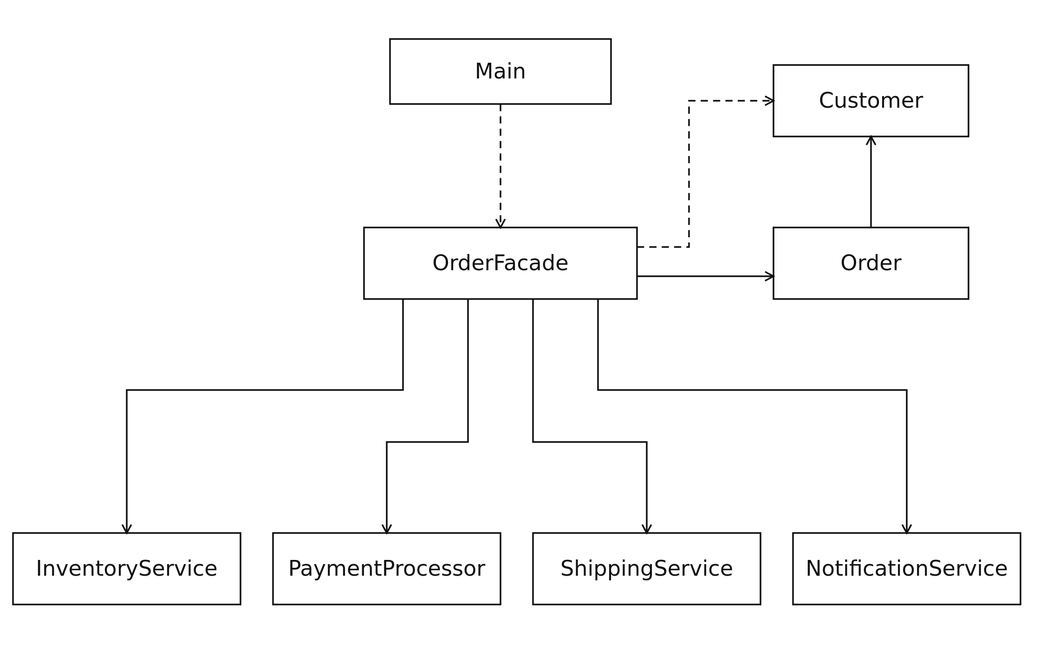
Above: docs/uml-class-diagram.svg in adilzhandev/AITU-SDP-A4-Facade (PlantUML), before the change. Its source is kept beside it as docs/uml-class-diagram.puml.
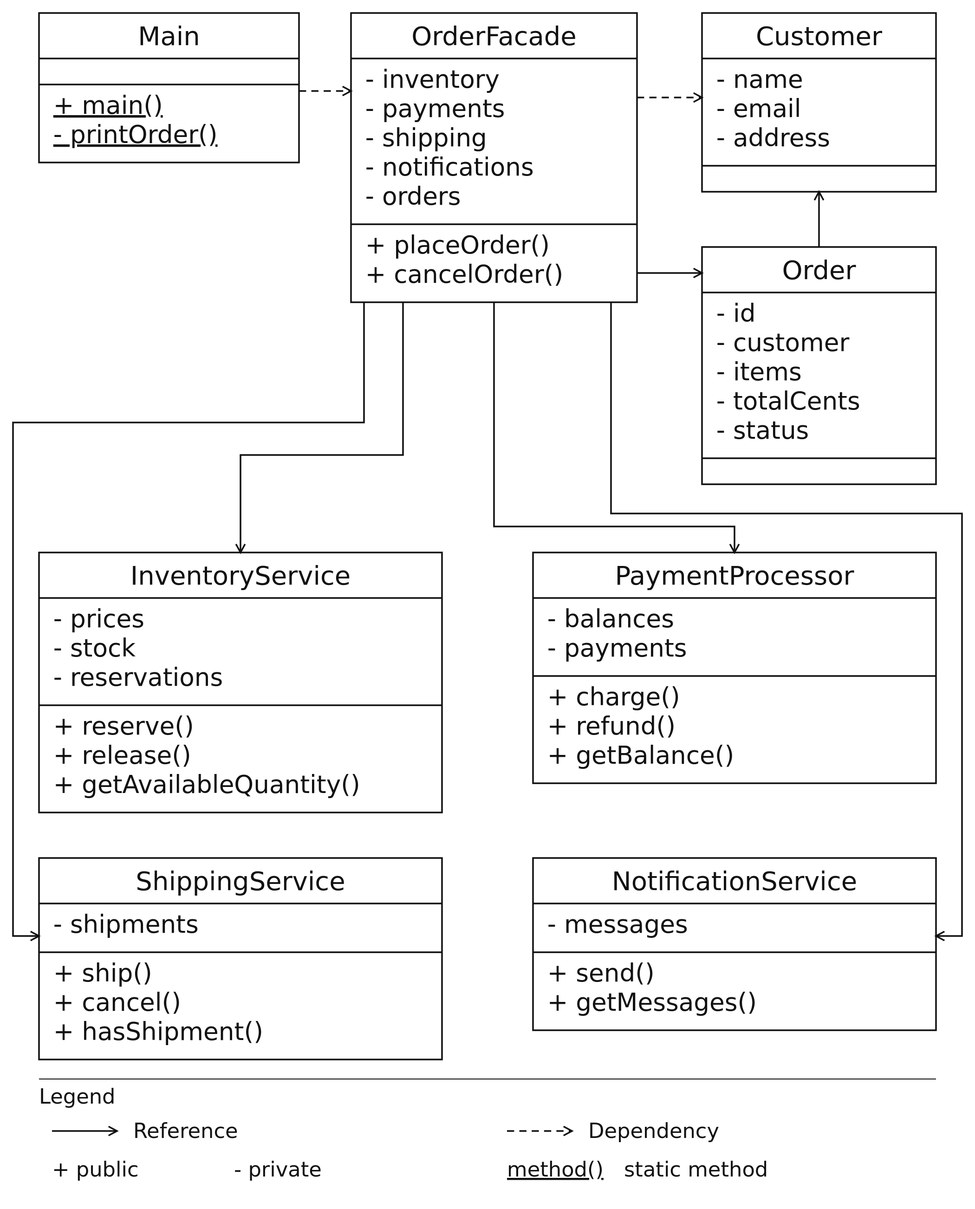
After the commit.

Commit message:
docs: add UML members and notation legend

The edit, as a diff of the source:
```diff
@@ -4,22 +4,84 @@
 skinparam shadowing false
 skinparam defaultFontName DejaVu Sans
 skinparam defaultFontSize 24
-skinparam classFontSize 24
+skinparam defaultFontStyle plain
+skinparam classFontSize 26
+skinparam classFontStyle plain
+skinparam classAttributeFontSize 24
+skinparam classAttributeFontStyle plain
+skinparam classAttributeIconSize 0
 skinparam classBackgroundColor white
 skinparam classBorderColor black
 skinparam arrowColor black
 skinparam linetype ortho
-hide members
 hide circle
 
-class Main
-class OrderFacade
-class InventoryService
-class PaymentProcessor
-class ShippingService
-class NotificationService
-class Customer
-class Order
+class Main {
+    --
+    {static} + main()
+    {static} - printOrder()
+}
+
+class OrderFacade {
+    - inventory
+    - payments
+    - shipping
+    - notifications
+    - orders
+    --
+    + placeOrder()
+    + cancelOrder()
+}
+
+class Customer {
+    - name
+    - email
+    - address
+    --
+}
+
+class Order {
+    - id
+    - customer
+    - items
+    - totalCents
+    - status
+    --
+}
+
+class InventoryService {
+    - prices
+    - stock
+    - reservations
+    --
+    + reserve()
+    + release()
+    + getAvailableQuantity()
+}
+
+class PaymentProcessor {
+    - balances
+    - payments
+    --
+    + charge()
+    + refund()
+    + getBalance()
+}
+
+class ShippingService {
+    - shipments
+    --
+    + ship()
+    + cancel()
+    + hasShipment()
+}
+
+class NotificationService {
+    - messages
+    --
+    + send()
+    + getMessages()
+}
 
 Main ..> OrderFacade
 OrderFacade --> InventoryService
@@ -29,4 +91,9 @@
 OrderFacade ..> Customer
 OrderFacade --> Order
 Order --> Customer
+legend bottom
+  Legend
+  Solid arrow: reference. Dashed arrow: dependency.
+  + public    - private    <u>method()</u> static method
+endlegend
 @enduml
```
